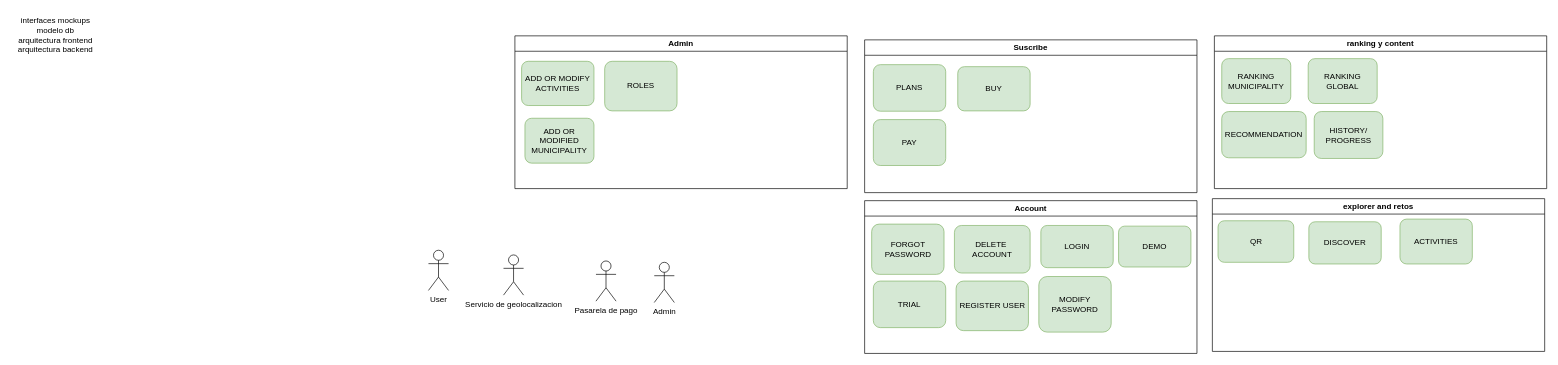
Before: Municipality/backend/diagram_general.drawio in stevenhdz/htdocs, a draw.io diagram. Source tidied: cells renumbered, new cells numbered last; positions are measured from the earlier drawing's top-left corner, leaving out a move shared by most shapes. Both pictures are drawn from the tidied source at 67%, with x=0, y=0 at pixel (11, 11).
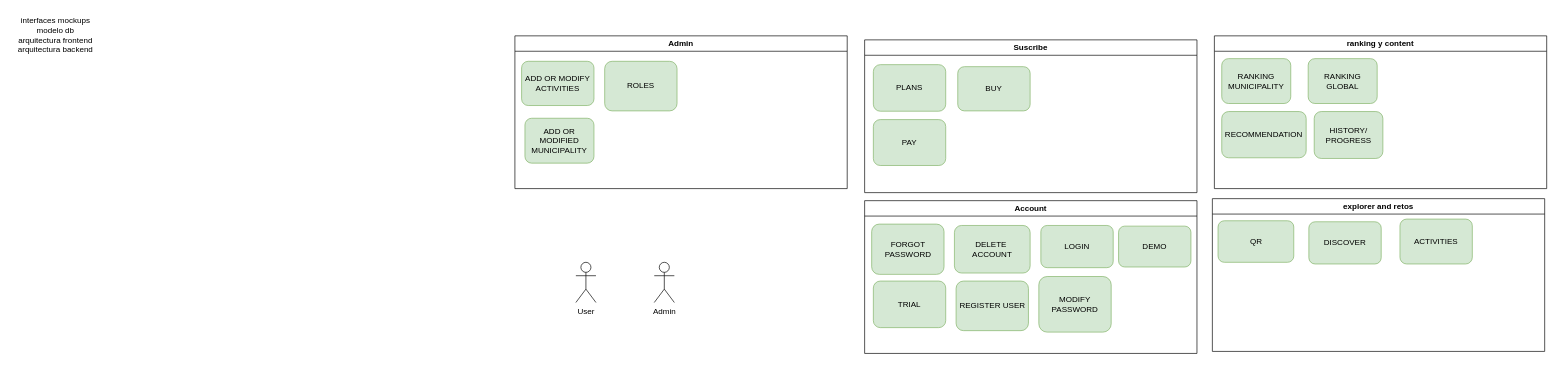
Above is the later version.

Commit message (it also covers changes not shown here):
feature municipality

What changed in the source:
```diff
@@
     <mxCell id="3" value="User" style="shape=umlActor;verticalLabelPosition=bottom;verticalAlign=top;html=1;" parent="1" vertex="1">
-      <mxGeometry x="622" y="356" width="30" height="60" as="geometry" />
+      <mxGeometry x="842" y="374" width="30" height="60" as="geometry" />
     </mxCell>
-    <mxCell id="4" value="Servicio de geolocalizacion" style="shape=umlActor;verticalLabelPosition=bottom;verticalAlign=top;html=1;" parent="1" vertex="1">
-      <mxGeometry x="734" y="363" width="30" height="60" as="geometry" />
-    </mxCell>
-    <mxCell id="5" value="Pasarela de pago" style="shape=umlActor;verticalLabelPosition=bottom;verticalAlign=top;html=1;" parent="1" vertex="1">
-      <mxGeometry x="872" y="372" width="30" height="60" as="geometry" />
-    </mxCell>
```
